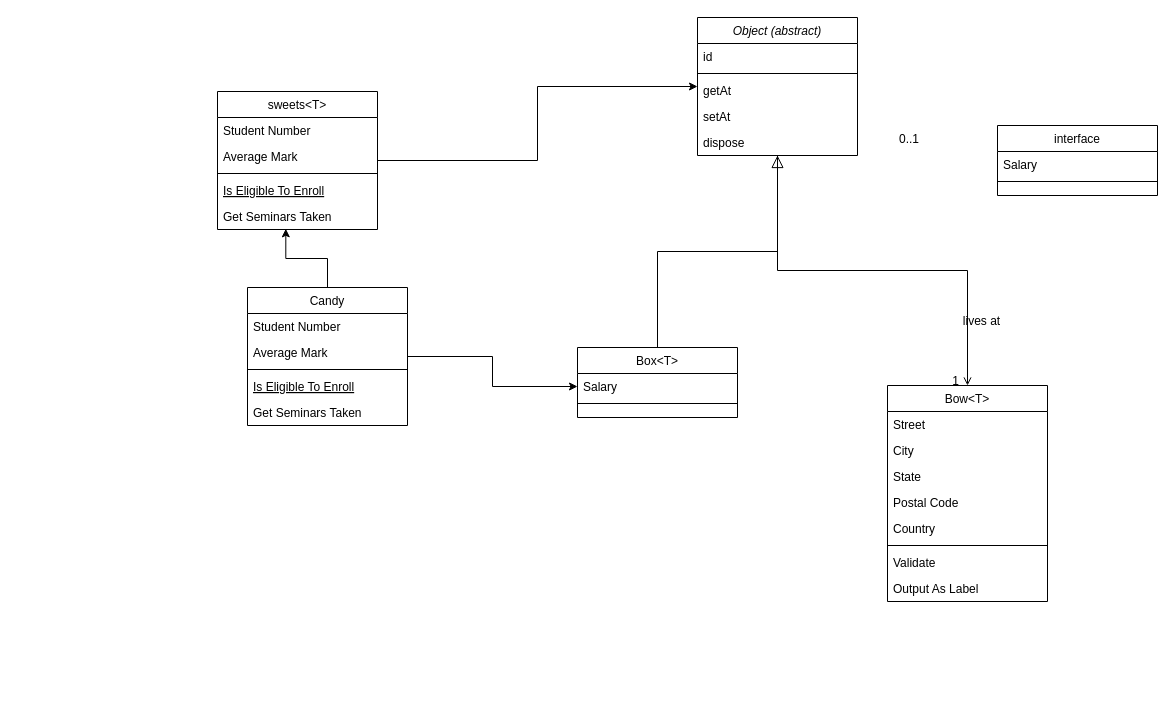
Pib0di/diagramms keeps this draw.io diagram as GiftsClass.drawio. Above is the earlier version. Source tidied: cells renumbered, new cells numbered last; positions are measured from the earlier drawing's top-left corner, leaving out a move shared by most shapes. Both pictures are drawn from the tidied source at 100%, with x=0, y=0 at pixel (217, 17).
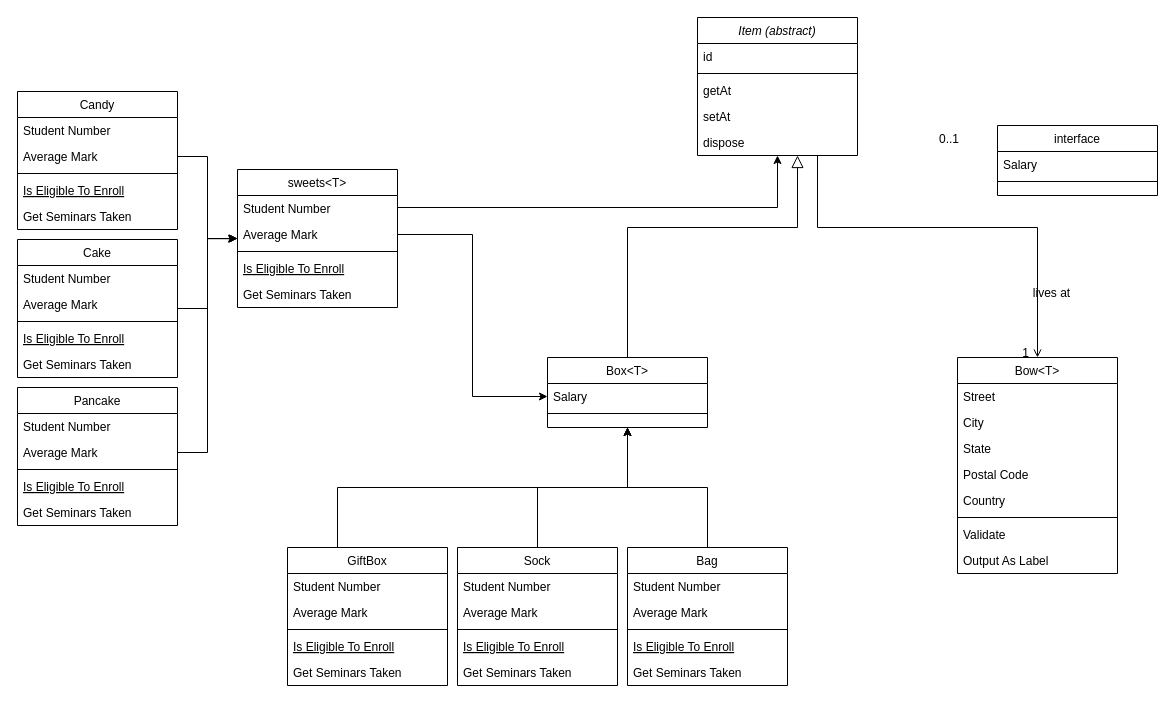
The same diagram, later.

Unchanged cells that the change refers to:
```xml
<mxCell id="12" value="Average Mark" style="text;align=left;verticalAlign=top;spacingLeft=4;spacingRight=4;overflow=hidden;points=[[0,0.5],[1,0.5]];portConstraint=eastwest;rounded=0;shadow=0;html=0;" parent="10" vertex="1">
  <mxGeometry y="52" width="160" height="26" as="geometry" />
</mxCell>
<mxCell id="17" value="Salary" style="text;align=left;verticalAlign=top;spacingLeft=4;spacingRight=4;overflow=hidden;points=[[0,0.5],[1,0.5]];portConstraint=eastwest;" parent="16" vertex="1">
  <mxGeometry y="26" width="160" height="26" as="geometry" />
</mxCell>
<mxCell id="36" value="Average Mark" style="text;align=left;verticalAlign=top;spacingLeft=4;spacingRight=4;overflow=hidden;points=[[0,0.5],[1,0.5]];portConstraint=eastwest;rounded=0;shadow=0;html=0;" parent="34" vertex="1">
  <mxGeometry y="52" width="160" height="26" as="geometry" />
</mxCell>
<mxCell id="39" value="Get Seminars Taken" style="text;align=left;verticalAlign=top;spacingLeft=4;spacingRight=4;overflow=hidden;points=[[0,0.5],[1,0.5]];portConstraint=eastwest;" parent="34" vertex="1">
  <mxGeometry y="112" width="160" height="26" as="geometry" />
</mxCell>
```

Diff of the diagram source:
```diff
@@
-    <mxCell id="2" value="Object (abstract)" style="swimlane;fontStyle=2;align=center;verticalAlign=top;horizontal=1;startSize=26;rounded=0;shadow=0;strokeWidth=1;" parent="1" vertex="1">
+    <mxCell id="2" value="Item (abstract)" style="swimlane;fontStyle=2;align=center;verticalAlign=top;horizontal=1;startSize=26;rounded=0;shadow=0;strokeWidth=1;" parent="1" vertex="1">
       <mxGeometry x="480" width="160" height="138" as="geometry" />
     </mxCell>
@@
-    <mxCell id="8" style="edgeStyle=orthogonalEdgeStyle;rounded=0;jettySize=auto;html=1;entryX=0.427;entryY=0.974;entryDx=0;entryDy=0;entryPerimeter=0;" parent="1" edge="1" source="10" target="39">
-      <mxGeometry relative="1" as="geometry" />
-    </mxCell>
-    <mxCell id="9" style="edgeStyle=orthogonalEdgeStyle;rounded=0;jettySize=auto;html=1;entryX=0;entryY=0.5;entryDx=0;entryDy=0;" parent="1" edge="1" source="10" target="17">
-      <mxGeometry relative="1" as="geometry" />
-    </mxCell>
     <mxCell id="10" value="Candy" style="swimlane;fontStyle=0;align=center;verticalAlign=top;horizontal=1;startSize=26;rounded=0;shadow=0;strokeWidth=1;" parent="1" vertex="1">
-      <mxGeometry x="30" y="270" width="160" height="138" as="geometry" />
+      <mxGeometry x="-200" y="74" width="160" height="138" as="geometry" />
     </mxCell>
@@
     <mxCell id="16" value="Box&lt;T&gt;" style="swimlane;fontStyle=0;align=center;verticalAlign=top;horizontal=1;startSize=26;rounded=0;shadow=0;strokeWidth=1;" parent="1" vertex="1">
-      <mxGeometry x="360" y="330" width="160" height="70" as="geometry" />
+      <mxGeometry x="330" y="340" width="160" height="70" as="geometry" />
     </mxCell>
@@
     <mxCell id="19" style="endArrow=block;endSize=10;endFill=0;shadow=0;strokeWidth=1;rounded=0;edgeStyle=elbowEdgeStyle;elbow=vertical;" parent="1" edge="1" source="16" target="2">
-      <mxGeometry relative="1" as="geometry" />
+      <mxGeometry relative="1" as="geometry">
+        <Array as="points">
+          <mxPoint x="580" y="210" />
+          <mxPoint x="490" y="320" />
+          <mxPoint x="530" y="280" />
+        </Array>
+      </mxGeometry>
     </mxCell>
     <mxCell id="20" value="Bow&lt;T&gt;" style="swimlane;fontStyle=0;align=center;verticalAlign=top;horizontal=1;startSize=26;rounded=0;shadow=0;strokeWidth=1;" parent="1" vertex="1">
-      <mxGeometry x="670" y="368" width="160" height="216" as="geometry" />
+      <mxGeometry x="740" y="340" width="160" height="216" as="geometry" />
     </mxCell>
@@
     <mxCell id="29" style="endArrow=open;shadow=0;strokeWidth=1;rounded=0;endFill=1;edgeStyle=elbowEdgeStyle;elbow=vertical;" parent="1" edge="1" source="2" target="20">
       <mxGeometry x="0.5" y="41" relative="1" as="geometry">
+        <Array as="points">
+          <mxPoint x="600" y="210" />
+        </Array>
         <mxPoint x="-40" y="32" as="offset" />
       </mxGeometry>
     </mxCell>
@@
     <mxCell id="33" style="edgeStyle=orthogonalEdgeStyle;rounded=0;jettySize=auto;html=1;" parent="1" edge="1" source="34" target="2">
-      <mxGeometry relative="1" as="geometry" />
+      <mxGeometry relative="1" as="geometry">
+        <Array as="points">
+          <mxPoint x="560" y="190" />
+        </Array>
+      </mxGeometry>
     </mxCell>
     <mxCell id="34" value="sweets&lt;T&gt;" style="swimlane;fontStyle=0;align=center;verticalAlign=top;horizontal=1;startSize=26;rounded=0;shadow=0;strokeWidth=1;" parent="1" vertex="1">
-      <mxGeometry y="74" width="160" height="138" as="geometry" />
+      <mxGeometry x="20" y="152" width="160" height="138" as="geometry" />
     </mxCell>
@@
+    <mxCell id="43" style="edgeStyle=orthogonalEdgeStyle;rounded=0;jettySize=auto;html=1;" parent="1" edge="1" source="12" target="34">
+      <mxGeometry relative="1" as="geometry" />
+    </mxCell>
+    <mxCell id="44" style="edgeStyle=orthogonalEdgeStyle;rounded=0;jettySize=auto;html=1;" parent="1" edge="1" source="45" target="34">
+      <mxGeometry relative="1" as="geometry" />
+    </mxCell>
+    <mxCell id="45" value="Cake" style="swimlane;fontStyle=0;align=center;verticalAlign=top;horizontal=1;startSize=26;rounded=0;shadow=0;strokeWidth=1;" parent="1" vertex="1">
+      <mxGeometry x="-200" y="222" width="160" height="138" as="geometry" />
+    </mxCell>
+    <mxCell id="46" value="Student Number" style="text;align=left;verticalAlign=top;spacingLeft=4;spacingRight=4;overflow=hidden;" parent="45" vertex="1">
+      <mxGeometry y="26" width="160" height="26" as="geometry" />
+    </mxCell>
+    <mxCell id="47" value="Average Mark" style="text;align=left;verticalAlign=top;spacingLeft=4;spacingRight=4;overflow=hidden;rounded=0;shadow=0;html=0;" parent="45" vertex="1">
+      <mxGeometry y="52" width="160" height="26" as="geometry" />
+    </mxCell>
+    <mxCell id="48" style="line;html=1;strokeWidth=1;align=left;verticalAlign=middle;spacingTop=-1;spacingLeft=3;spacingRight=3;labelPosition=right;" parent="45" vertex="1">
+      <mxGeometry y="78" width="160" height="8" as="geometry" />
+    </mxCell>
+    <mxCell id="49" value="Is Eligible To Enroll" style="text;align=left;verticalAlign=top;spacingLeft=4;spacingRight=4;overflow=hidden;fontStyle=4;" parent="45" vertex="1">
+      <mxGeometry y="86" width="160" height="26" as="geometry" />
+    </mxCell>
+    <mxCell id="50" value="Get Seminars Taken" style="text;align=left;verticalAlign=top;spacingLeft=4;spacingRight=4;overflow=hidden;" parent="45" vertex="1">
+      <mxGeometry y="112" width="160" height="26" as="geometry" />
+    </mxCell>
+    <mxCell id="51" value="Pancake" style="swimlane;fontStyle=0;align=center;verticalAlign=top;horizontal=1;startSize=26;rounded=0;shadow=0;strokeWidth=1;" parent="1" vertex="1">
+      <mxGeometry x="-200" y="370" width="160" height="138" as="geometry" />
+    </mxCell>
+    <mxCell id="52" value="Student Number" style="text;align=left;verticalAlign=top;spacingLeft=4;spacingRight=4;overflow=hidden;" parent="51" vertex="1">
+      <mxGeometry y="26" width="160" height="26" as="geometry" />
+    </mxCell>
+    <mxCell id="53" value="Average Mark" style="text;align=left;verticalAlign=top;spacingLeft=4;spacingRight=4;overflow=hidden;points=[[0,0.5],[1,0.5]];portConstraint=eastwest;rounded=0;shadow=0;html=0;" parent="51" vertex="1">
+      <mxGeometry y="52" width="160" height="26" as="geometry" />
+    </mxCell>
+    <mxCell id="54" style="line;html=1;strokeWidth=1;align=left;verticalAlign=middle;spacingTop=-1;spacingLeft=3;spacingRight=3;labelPosition=right;" parent="51" vertex="1">
+      <mxGeometry y="78" width="160" height="8" as="geometry" />
+    </mxCell>
+    <mxCell id="55" value="Is Eligible To Enroll" style="text;align=left;verticalAlign=top;spacingLeft=4;spacingRight=4;overflow=hidden;fontStyle=4;" parent="51" vertex="1">
+      <mxGeometry y="86" width="160" height="26" as="geometry" />
+    </mxCell>
+    <mxCell id="56" value="Get Seminars Taken" style="text;align=left;verticalAlign=top;spacingLeft=4;spacingRight=4;overflow=hidden;" parent="51" vertex="1">
+      <mxGeometry y="112" width="160" height="26" as="geometry" />
+    </mxCell>
+    <mxCell id="57" style="edgeStyle=orthogonalEdgeStyle;rounded=0;jettySize=auto;html=1;entryX=-0.006;entryY=0.662;entryDx=0;entryDy=0;entryPerimeter=0;" parent="1" edge="1" source="53" target="36">
+      <mxGeometry relative="1" as="geometry" />
+    </mxCell>
+    <mxCell id="58" style="edgeStyle=orthogonalEdgeStyle;rounded=0;jettySize=auto;html=1;entryX=0;entryY=0.5;entryDx=0;entryDy=0;" parent="1" edge="1" source="36" target="17">
+      <mxGeometry relative="1" as="geometry" />
+    </mxCell>
+    <mxCell id="59" style="edgeStyle=orthogonalEdgeStyle;rounded=0;jettySize=auto;html=1;" parent="1" edge="1" source="60" target="16">
+      <mxGeometry relative="1" as="geometry" />
+    </mxCell>
+    <mxCell id="60" value="Sock" style="swimlane;fontStyle=0;align=center;verticalAlign=top;horizontal=1;startSize=26;rounded=0;shadow=0;strokeWidth=1;" parent="1" vertex="1">
+      <mxGeometry x="240" y="530" width="160" height="138" as="geometry" />
+    </mxCell>
+    <mxCell id="61" value="Student Number" style="text;align=left;verticalAlign=top;spacingLeft=4;spacingRight=4;overflow=hidden;" parent="60" vertex="1">
+      <mxGeometry y="26" width="160" height="26" as="geometry" />
+    </mxCell>
+    <mxCell id="62" value="Average Mark" style="text;align=left;verticalAlign=top;spacingLeft=4;spacingRight=4;overflow=hidden;rounded=0;shadow=0;html=0;" parent="60" vertex="1">
+      <mxGeometry y="52" width="160" height="26" as="geometry" />
+    </mxCell>
+    <mxCell id="63" style="line;html=1;strokeWidth=1;align=left;verticalAlign=middle;spacingTop=-1;spacingLeft=3;spacingRight=3;labelPosition=right;" parent="60" vertex="1">
+      <mxGeometry y="78" width="160" height="8" as="geometry" />
+    </mxCell>
+    <mxCell id="64" value="Is Eligible To Enroll" style="text;align=left;verticalAlign=top;spacingLeft=4;spacingRight=4;overflow=hidden;fontStyle=4;" parent="60" vertex="1">
+      <mxGeometry y="86" width="160" height="26" as="geometry" />
+    </mxCell>
+    <mxCell id="65" value="Get Seminars Taken" style="text;align=left;verticalAlign=top;spacingLeft=4;spacingRight=4;overflow=hidden;" parent="60" vertex="1">
+      <mxGeometry y="112" width="160" height="26" as="geometry" />
+    </mxCell>
+    <mxCell id="66" style="edgeStyle=orthogonalEdgeStyle;rounded=0;jettySize=auto;html=1;" parent="1" edge="1" source="67" target="16">
+      <mxGeometry relative="1" as="geometry">
+        <Array as="points">
+          <mxPoint x="120" y="470" />
+          <mxPoint x="410" y="470" />
+        </Array>
+      </mxGeometry>
+    </mxCell>
+    <mxCell id="67" value="GiftBox" style="swimlane;fontStyle=0;align=center;verticalAlign=top;horizontal=1;startSize=26;rounded=0;shadow=0;strokeWidth=1;" parent="1" vertex="1">
+      <mxGeometry x="70" y="530" width="160" height="138" as="geometry" />
+    </mxCell>
+    <mxCell id="68" value="Student Number" style="text;align=left;verticalAlign=top;spacingLeft=4;spacingRight=4;overflow=hidden;" parent="67" vertex="1">
+      <mxGeometry y="26" width="160" height="26" as="geometry" />
+    </mxCell>
+    <mxCell id="69" value="Average Mark" style="text;align=left;verticalAlign=top;spacingLeft=4;spacingRight=4;overflow=hidden;rounded=0;shadow=0;html=0;" parent="67" vertex="1">
+      <mxGeometry y="52" width="160" height="26" as="geometry" />
+    </mxCell>
+    <mxCell id="70" style="line;html=1;strokeWidth=1;align=left;verticalAlign=middle;spacingTop=-1;spacingLeft=3;spacingRight=3;labelPosition=right;" parent="67" vertex="1">
+      <mxGeometry y="78" width="160" height="8" as="geometry" />
+    </mxCell>
+    <mxCell id="71" value="Is Eligible To Enroll" style="text;align=left;verticalAlign=top;spacingLeft=4;spacingRight=4;overflow=hidden;fontStyle=4;" parent="67" vertex="1">
+      <mxGeometry y="86" width="160" height="26" as="geometry" />
+    </mxCell>
+    <mxCell id="72" value="Get Seminars Taken" style="text;align=left;verticalAlign=top;spacingLeft=4;spacingRight=4;overflow=hidden;" parent="67" vertex="1">
+      <mxGeometry y="112" width="160" height="26" as="geometry" />
+    </mxCell>
+    <mxCell id="73" style="edgeStyle=orthogonalEdgeStyle;rounded=0;jettySize=auto;html=1;" parent="1" edge="1" source="74" target="16">
+      <mxGeometry relative="1" as="geometry" />
+    </mxCell>
+    <mxCell id="74" value="Bag" style="swimlane;fontStyle=0;align=center;verticalAlign=top;horizontal=1;startSize=26;rounded=0;shadow=0;strokeWidth=1;" parent="1" vertex="1">
+      <mxGeometry x="410" y="530" width="160" height="138" as="geometry" />
+    </mxCell>
+    <mxCell id="75" value="Student Number" style="text;align=left;verticalAlign=top;spacingLeft=4;spacingRight=4;overflow=hidden;" parent="74" vertex="1">
+      <mxGeometry y="26" width="160" height="26" as="geometry" />
+    </mxCell>
+    <mxCell id="76" value="Average Mark" style="text;align=left;verticalAlign=top;spacingLeft=4;spacingRight=4;overflow=hidden;rounded=0;shadow=0;html=0;" parent="74" vertex="1">
+      <mxGeometry y="52" width="160" height="26" as="geometry" />
+    </mxCell>
+    <mxCell id="77" style="line;html=1;strokeWidth=1;align=left;verticalAlign=middle;spacingTop=-1;spacingLeft=3;spacingRight=3;labelPosition=right;" parent="74" vertex="1">
+      <mxGeometry y="78" width="160" height="8" as="geometry" />
+    </mxCell>
+    <mxCell id="78" value="Is Eligible To Enroll" style="text;align=left;verticalAlign=top;spacingLeft=4;spacingRight=4;overflow=hidden;fontStyle=4;" parent="74" vertex="1">
+      <mxGeometry y="86" width="160" height="26" as="geometry" />
+    </mxCell>
+    <mxCell id="79" value="Get Seminars Taken" style="text;align=left;verticalAlign=top;spacingLeft=4;spacingRight=4;overflow=hidden;" parent="74" vertex="1">
+      <mxGeometry y="112" width="160" height="26" as="geometry" />
+    </mxCell>
```
